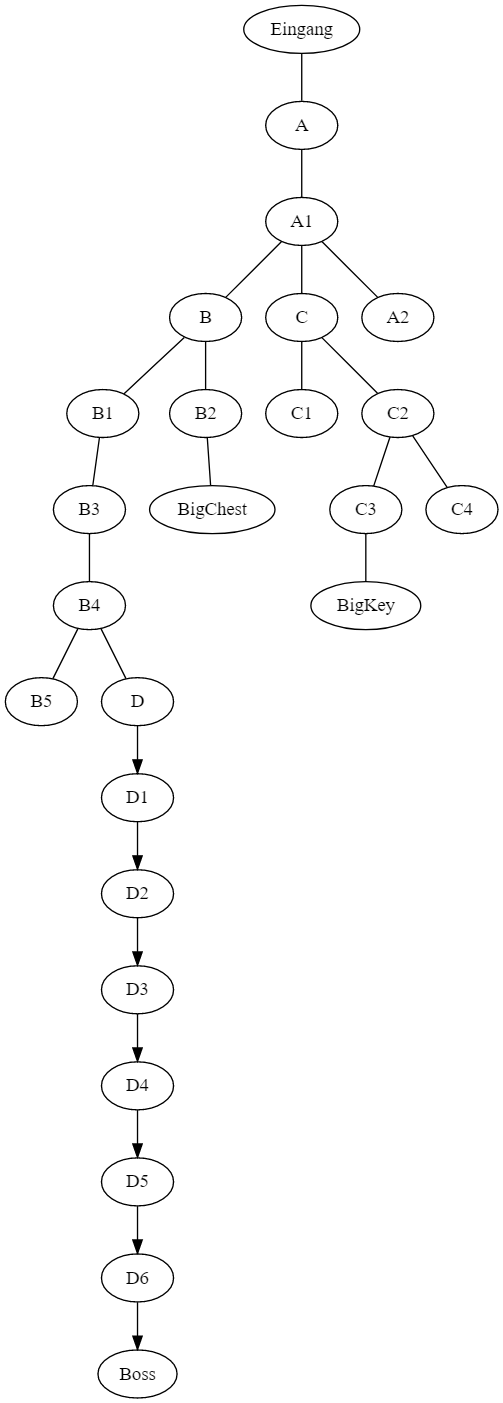
Earlier version of the Graphviz export figs/chapter2/Zelda3Dungeon.png (AMatutat/MasterThesis). Its source is kept beside it as dot/Zelda3Dungeon.dot.
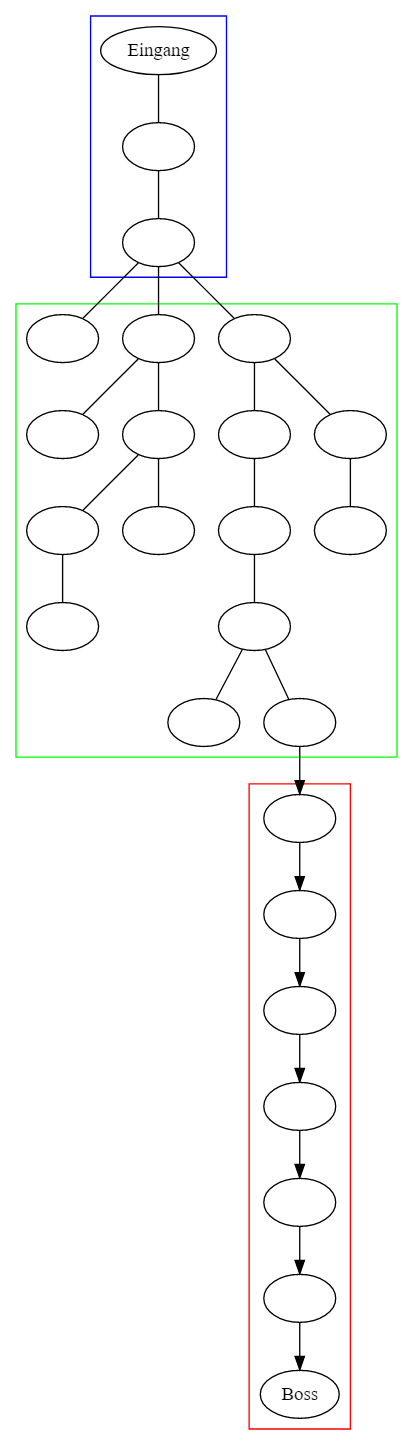
The same diagram one commit later.

Commit message:
zelda is now better

The edit, as a diff of the source:
```diff
@@ -1,11 +1,20 @@
 digraph Zelda3Dungeon {
-    subgraph Anfang {
+    subgraph cluster_0 {
         edge [dir=none]
+        color=blue
 
+        Eingang [label="Eingang"]
+        A [label=""]
+        A1 [label=""]
         Eingang -> A
+        A -> A1
+    }
+    subgraph cluster_1 {
+        edge [dir=none]
+        color=green
+        node[label=""]
 
-        ## Anfang und oben
-         A -> A1
+
          A1 -> B
          A1 -> C
          A1 -> A2
@@ -28,7 +37,17 @@
 
     }
 
-    subgraph BossRush{
+    subgraph cluster_2{
+        color=red
+        D [label=""]
+        D1 [label=""]
+        D2 [label=""]
+        D3 [label=""]
+        D4 [label=""]
+        D5 [label=""]
+        D6 [label=""]
+
+
         D -> D1 -> D2 -> D3 -> D4 -> D5 -> D6 -> Boss
 
     }
```
